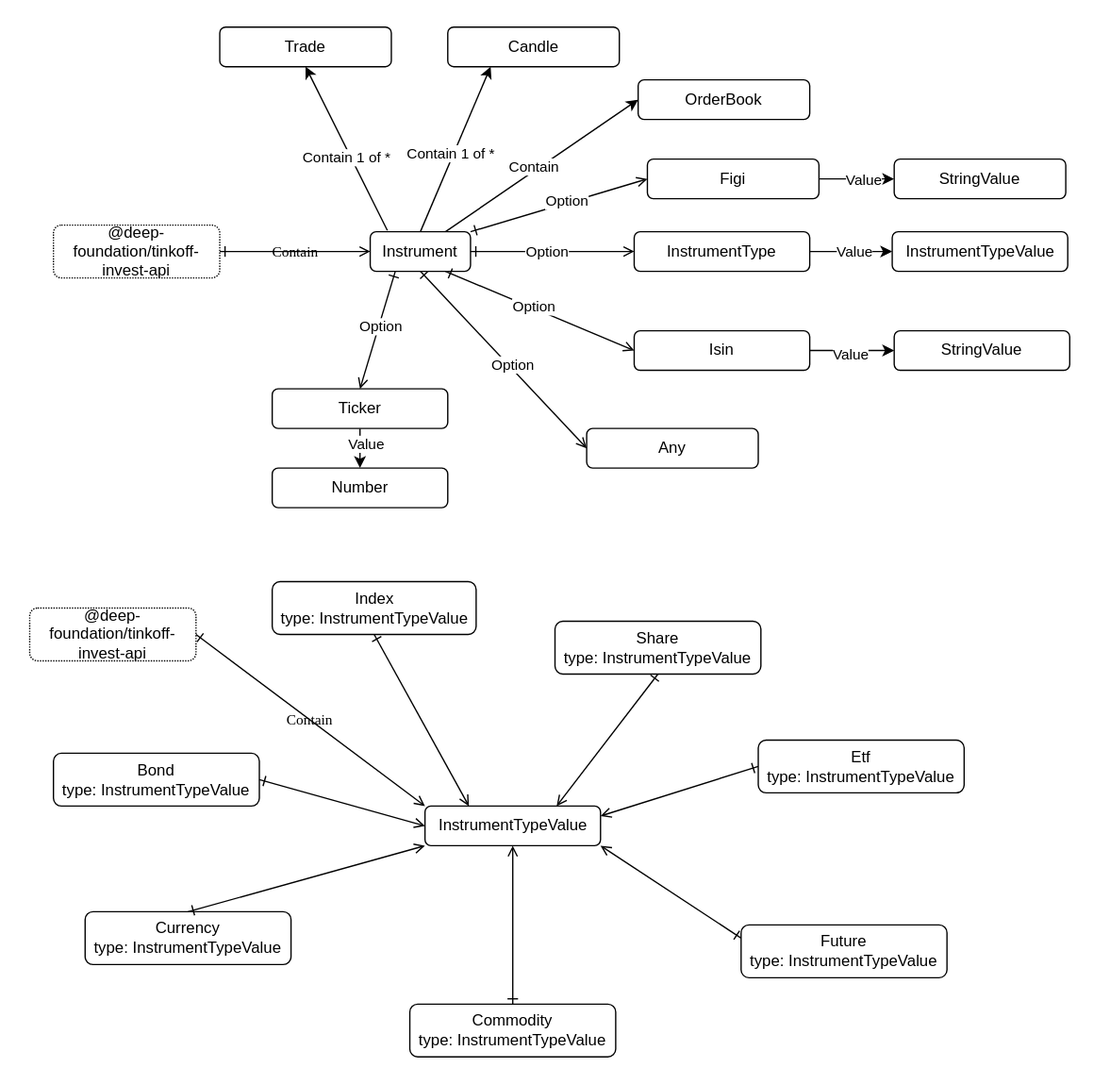
suenot/deep-tinkoff-invest-api keeps this draw.io diagram as src/instrument/Instrument.drawio.svg. Above is the earlier version. Source tidied: cells renumbered, new cells last; positions are measured from the earlier drawing's top-left corner, leaving out a move shared by most shapes.
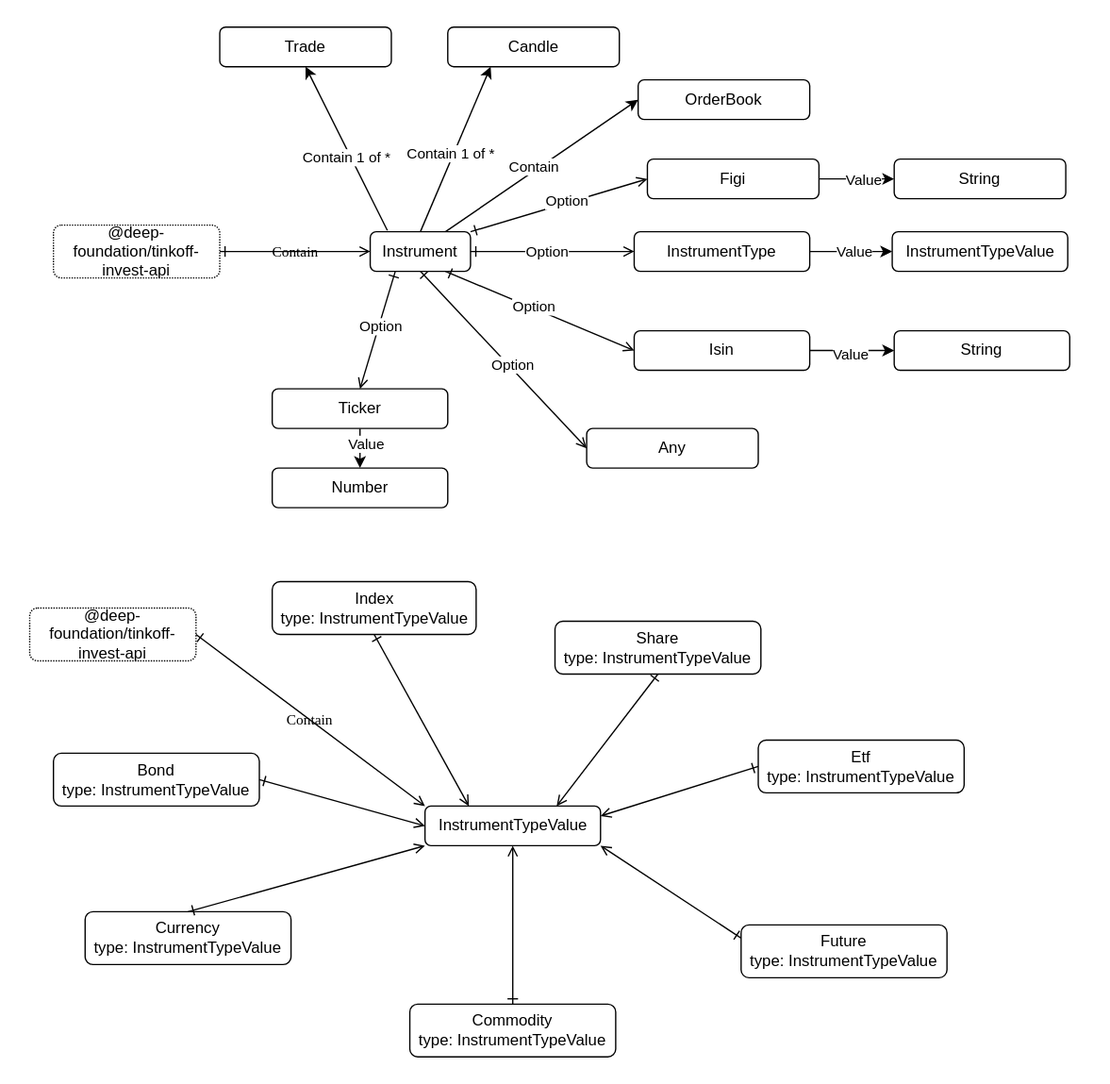
Later version of the same file.

Diff of the diagram source:
```diff
@@ -167,10 +167,10 @@
         <mxPoint x="1" as="offset" />
       </mxGeometry>
     </mxCell>
-    <mxCell id="55" value="StringValue" style="rounded=1;whiteSpace=wrap;html=1;labelBackgroundColor=none;" parent="1" vertex="1">
+    <mxCell id="55" value="String" style="rounded=1;whiteSpace=wrap;html=1;labelBackgroundColor=none;" parent="1" vertex="1">
       <mxGeometry x="677" y="120" width="130" height="30" as="geometry" />
     </mxCell>
-    <mxCell id="56" value="StringValue" style="rounded=1;whiteSpace=wrap;html=1;labelBackgroundColor=none;" parent="1" vertex="1">
+    <mxCell id="56" value="String" style="rounded=1;whiteSpace=wrap;html=1;labelBackgroundColor=none;" parent="1" vertex="1">
       <mxGeometry x="677" y="250" width="133" height="30" as="geometry" />
     </mxCell>
     <mxCell id="57" value="InstrumentTypeValue" style="rounded=1;whiteSpace=wrap;html=1;labelBackgroundColor=none;" parent="1" vertex="1">
```
